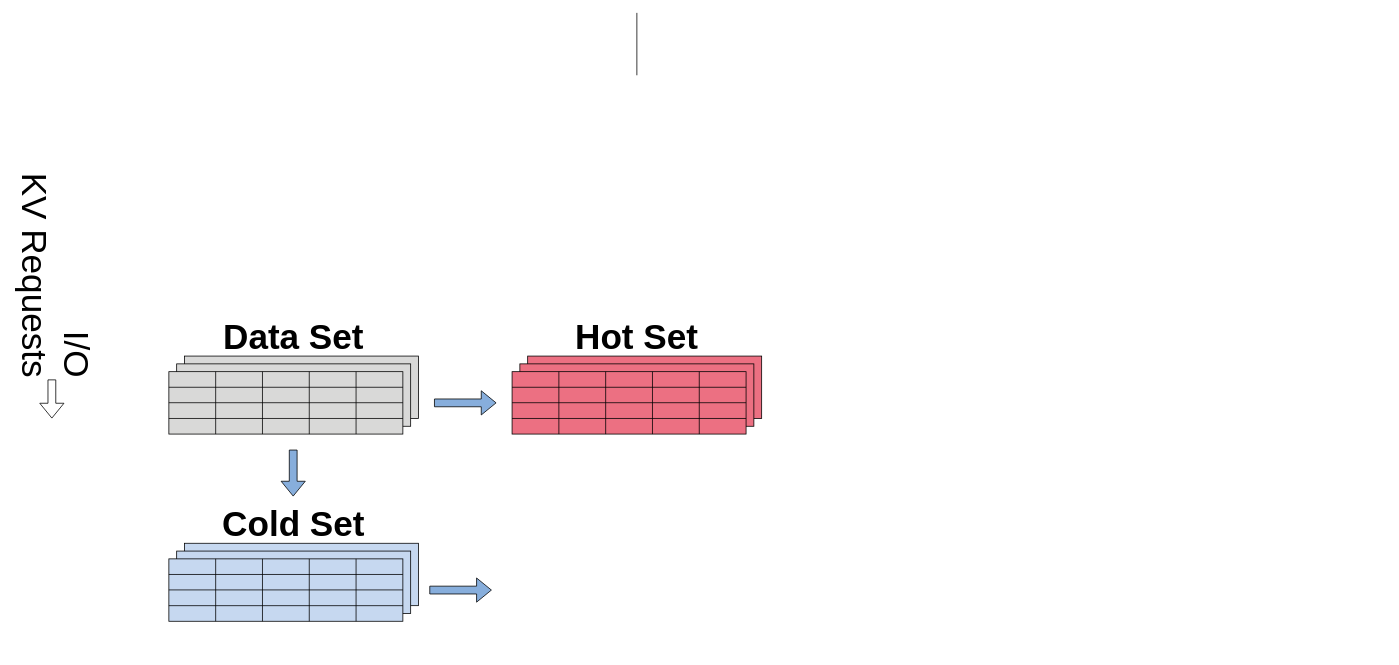
Earlier version of the draw.io diagram iKnowFirst_architecture_overview.drawio (YurianStormrage/images). Source tidied: cells renumbered, new cells numbered last; positions are measured from the earlier drawing's top-left corner, leaving out a move shared by most shapes. Both pictures are drawn from the tidied source at 78%, with x=0, y=0 at pixel (-50, 12).
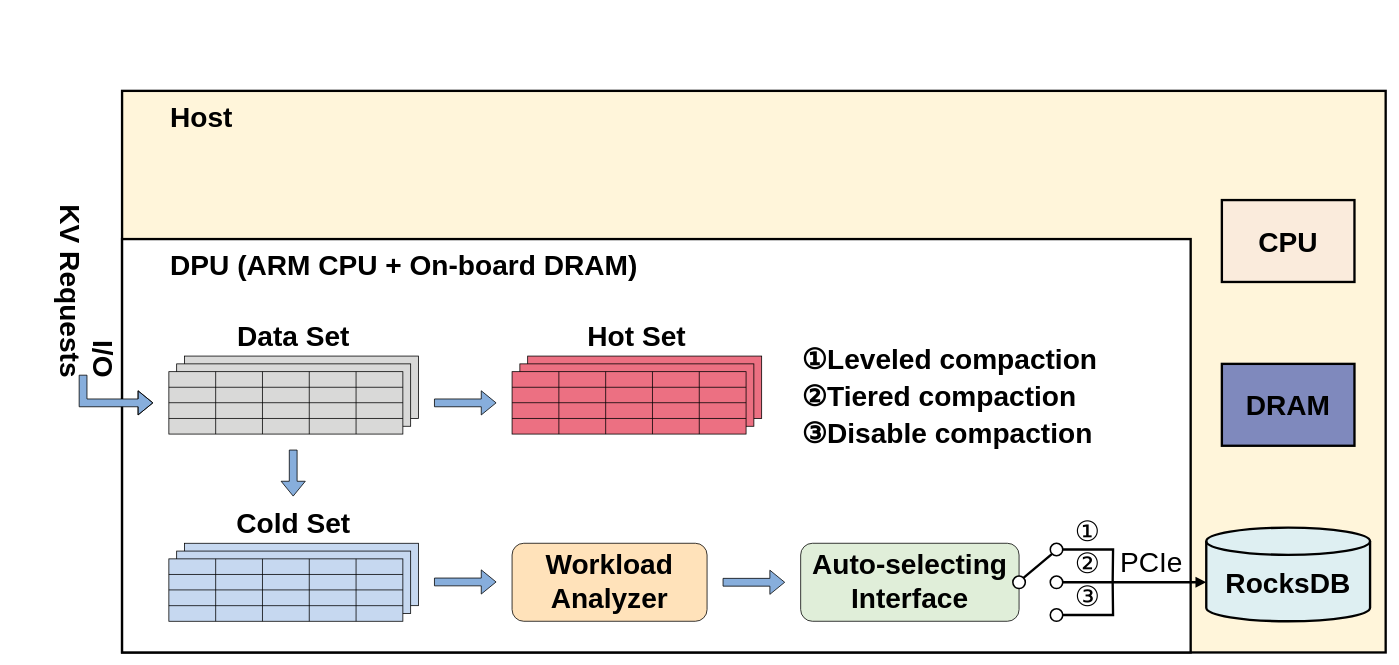
The same page after the edit.

The change refers to these unchanged cells:
```xml
<mxCell id="3" style="group;" parent="1" vertex="1">
  <mxGeometry x="280" y="620" width="320" height="160" as="geometry" />
</mxCell>
<mxCell id="16" style="group;" parent="1" vertex="1">
  <mxGeometry x="280" y="380" width="320" height="160" as="geometry" />
</mxCell>
<mxCell id="29" style="group;" parent="1" vertex="1">
  <mxGeometry x="720" y="380" width="320" height="160" as="geometry" />
</mxCell>
```

The edit, as a diff of the source:
```diff
@@
-    <mxCell id="2" style="endArrow=none;html=1;rounded=0;" parent="1" edge="1">
-      <mxGeometry relative="1" as="geometry">
-        <mxPoint x="880" y="80" as="sourcePoint" />
-        <mxPoint x="880" as="targetPoint" />
-      </mxGeometry>
-    </mxCell>
+    <mxCell id="47" style="rounded=0;strokeWidth=3;fillColor=#FFF5DA;" parent="1" vertex="1">
+      <mxGeometry x="220" y="100" width="1620" height="720" as="geometry" />
+    </mxCell>
+    <mxCell id="48" style="rounded=0;whiteSpace=wrap;html=1;strokeWidth=3;" parent="1" vertex="1">
+      <mxGeometry x="220" y="290" width="1370" height="530" as="geometry" />
+    </mxCell>
@@
-    <mxCell id="15" value="Cold Set" style="text;strokeColor=none;align=center;fillColor=none;verticalAlign=middle;rounded=0;fontStyle=1;fontSize=45;" parent="3" vertex="1">
+    <mxCell id="15" value="Cold Set" style="text;strokeColor=none;align=center;fillColor=none;verticalAlign=middle;rounded=0;fontStyle=1;fontSize=36;" parent="3" vertex="1">
       <mxGeometry x="70" width="180" height="60" as="geometry" />
     </mxCell>
@@
-    <mxCell id="17" value="Data Set" style="text;strokeColor=none;align=center;fillColor=none;verticalAlign=middle;rounded=0;fontStyle=1;fontSize=45;" parent="16" vertex="1">
+    <mxCell id="17" value="Data Set" style="text;strokeColor=none;align=center;fillColor=none;verticalAlign=middle;rounded=0;fontStyle=1;fontSize=36;" parent="16" vertex="1">
       <mxGeometry x="70" width="180" height="60" as="geometry" />
     </mxCell>
@@
-    <mxCell id="41" value="Hot Set" style="text;strokeColor=none;align=center;fillColor=none;verticalAlign=middle;rounded=0;fontStyle=1;fontSize=45;" parent="29" vertex="1">
+    <mxCell id="41" value="Hot Set" style="text;strokeColor=none;align=center;fillColor=none;verticalAlign=middle;rounded=0;fontStyle=1;fontSize=36;" parent="29" vertex="1">
       <mxGeometry x="70" width="180" height="60" as="geometry" />
     </mxCell>
@@
     <mxCell id="43" style="shape=flexArrow;endArrow=classic;html=1;rounded=0;fillColor=#87AEDC;" parent="1" edge="1">
       <mxGeometry relative="1" as="geometry">
-        <mxPoint x="614" y="740" as="sourcePoint" />
-        <mxPoint x="694" y="740" as="targetPoint" />
+        <mxPoint x="620" y="729.6" as="sourcePoint" />
+        <mxPoint x="700" y="729.6" as="targetPoint" />
       </mxGeometry>
     </mxCell>
@@
-    <mxCell id="45" value="I/O&#10;KV Requests" style="text;strokeColor=none;align=right;fillColor=none;verticalAlign=middle;rounded=0;direction=east;fontSize=45;rotation=90;labelPosition=center;verticalLabelPosition=middle;" parent="1" vertex="1">
-      <mxGeometry y="270" width="280" height="120" as="geometry" />
+    <mxCell id="45" value="I/O&#10;KV Requests" style="text;strokeColor=none;align=right;fillColor=none;verticalAlign=middle;rounded=0;direction=east;fontSize=36;rotation=90;labelPosition=center;verticalLabelPosition=middle;fontStyle=1;" parent="1" vertex="1">
+      <mxGeometry x="38" y="270" width="280" height="120" as="geometry" />
     </mxCell>
-    <mxCell id="46" style="shape=flexArrow;endArrow=classic;html=1;rounded=0;" parent="1" edge="1">
+    <mxCell id="46" style="shape=flexArrow;endArrow=classic;html=1;rounded=0;edgeStyle=orthogonalEdgeStyle;fillColor=#87AEDC;" parent="1" edge="1">
       <mxGeometry relative="1" as="geometry">
-        <mxPoint x="130" y="470" as="sourcePoint" />
-        <mxPoint x="130" y="520" as="targetPoint" />
+        <mxPoint x="170" y="464" as="sourcePoint" />
+        <mxPoint x="260" y="500" as="targetPoint" />
+        <Array as="points">
+          <mxPoint x="170" y="500" />
+        </Array>
       </mxGeometry>
     </mxCell>
+    <mxCell id="49" style="group;fillColor=none;" parent="1" vertex="1">
+      <mxGeometry x="720" y="670" width="250" height="110" as="geometry" />
+    </mxCell>
+    <mxCell id="50" style="rounded=1;fontSize=40;fillColor=#FFE2BA;" parent="49" vertex="1">
+      <mxGeometry y="10" width="250" height="100" as="geometry" />
+    </mxCell>
+    <mxCell id="51" value="Workload&#10;Analyzer" style="text;strokeColor=none;align=center;fillColor=none;verticalAlign=middle;rounded=0;fontStyle=1;fontSize=36;spacing=0;" parent="49" vertex="1">
+      <mxGeometry x="35" width="180" height="110" as="geometry" />
+    </mxCell>
+    <mxCell id="52" style="shape=flexArrow;endArrow=classic;html=1;rounded=0;fillColor=#87AEDC;" parent="1" edge="1">
+      <mxGeometry relative="1" as="geometry">
+        <mxPoint x="990" y="730" as="sourcePoint" />
+        <mxPoint x="1070" y="730" as="targetPoint" />
+      </mxGeometry>
+    </mxCell>
+    <mxCell id="53" style="group;" parent="1" vertex="1">
+      <mxGeometry x="1090" y="670" width="280" height="110" as="geometry" />
+    </mxCell>
+    <mxCell id="54" style="rounded=1;fontSize=40;fillColor=#E0EED9;" parent="53" vertex="1">
+      <mxGeometry y="10" width="280" height="100" as="geometry" />
+    </mxCell>
+    <mxCell id="55" value="Auto-selecting&#10;Interface" style="text;strokeColor=none;align=center;fillColor=none;verticalAlign=middle;rounded=0;fontStyle=1;fontSize=36;spacing=0;" parent="53" vertex="1">
+      <mxGeometry x="50" width="180" height="110" as="geometry" />
+    </mxCell>
+    <mxCell id="56" style="edgeStyle=none;rounded=0;jettySize=auto;html=1;exitX=1;exitY=0;exitDx=0;exitDy=0;entryX=0;entryY=1;entryDx=0;entryDy=0;endArrow=none;endFill=0;strokeWidth=3;" parent="1" edge="1" source="57" target="59">
+      <mxGeometry relative="1" as="geometry" />
+    </mxCell>
+    <mxCell id="57" style="ellipse;whiteSpace=wrap;html=1;strokeWidth=2;" parent="1" vertex="1">
+      <mxGeometry x="1362" y="722" width="16" height="16" as="geometry" />
+    </mxCell>
+    <mxCell id="58" style="edgeStyle=orthogonalEdgeStyle;rounded=0;jettySize=auto;html=1;exitX=1;exitY=0.5;exitDx=0;exitDy=0;strokeWidth=3;endArrow=none;endFill=0;" parent="1" edge="1" source="59">
+      <mxGeometry relative="1" as="geometry">
+        <mxPoint x="1490" y="730" as="targetPoint" />
+      </mxGeometry>
+    </mxCell>
+    <mxCell id="59" style="ellipse;whiteSpace=wrap;html=1;strokeWidth=2;" parent="1" vertex="1">
+      <mxGeometry x="1410" y="680" width="16" height="16" as="geometry" />
+    </mxCell>
+    <mxCell id="60" style="edgeStyle=none;rounded=0;jettySize=auto;html=1;exitX=1;exitY=0.5;exitDx=0;exitDy=0;strokeWidth=3;endArrow=block;endFill=1;" parent="1" edge="1" source="61">
+      <mxGeometry relative="1" as="geometry">
+        <mxPoint x="1610" y="730" as="targetPoint" />
+      </mxGeometry>
+    </mxCell>
+    <mxCell id="61" style="ellipse;whiteSpace=wrap;html=1;strokeWidth=2;" parent="1" vertex="1">
+      <mxGeometry x="1410" y="722" width="16" height="16" as="geometry" />
+    </mxCell>
+    <mxCell id="62" style="edgeStyle=orthogonalEdgeStyle;rounded=0;jettySize=auto;html=1;exitX=1;exitY=0.5;exitDx=0;exitDy=0;strokeWidth=3;endArrow=none;endFill=0;" parent="1" edge="1" source="63">
+      <mxGeometry relative="1" as="geometry">
+        <mxPoint x="1490" y="730" as="targetPoint" />
+      </mxGeometry>
+    </mxCell>
+    <mxCell id="63" style="ellipse;whiteSpace=wrap;html=1;strokeWidth=2;" parent="1" vertex="1">
+      <mxGeometry x="1410" y="764" width="16" height="16" as="geometry" />
+    </mxCell>
+    <mxCell id="64" value="①" style="text;align=center;verticalAlign=middle;strokeColor=none;fillColor=none;fontStyle=0;fontSize=36;" parent="1" vertex="1">
+      <mxGeometry x="1428" y="630" width="60" height="60" as="geometry" />
+    </mxCell>
+    <mxCell id="65" value="②" style="text;align=center;verticalAlign=middle;strokeColor=none;fillColor=none;fontStyle=0;fontSize=36;" parent="1" vertex="1">
+      <mxGeometry x="1428" y="672" width="60" height="60" as="geometry" />
+    </mxCell>
+    <mxCell id="66" value="③" style="text;align=center;verticalAlign=middle;strokeColor=none;fillColor=none;fontStyle=0;fontSize=36;" parent="1" vertex="1">
+      <mxGeometry x="1428" y="714" width="60" height="60" as="geometry" />
+    </mxCell>
+    <mxCell id="67" style="group;fontStyle=0;" parent="1" vertex="1">
+      <mxGeometry x="1090" y="410" width="380" height="155" as="geometry" />
+    </mxCell>
+    <mxCell id="68" value="①Leveled compaction" style="text;align=left;verticalAlign=middle;strokeColor=none;fillColor=none;fontStyle=1;fontSize=36;" parent="67" vertex="1">
+      <mxGeometry width="380" height="60" as="geometry" />
+    </mxCell>
+    <mxCell id="69" value="②Tiered compaction" style="text;align=left;verticalAlign=middle;strokeColor=none;fillColor=none;fontStyle=1;fontSize=36;" parent="67" vertex="1">
+      <mxGeometry y="48" width="350" height="60" as="geometry" />
+    </mxCell>
+    <mxCell id="70" value="③Disable compaction" style="text;align=left;verticalAlign=middle;strokeColor=none;fillColor=none;fontStyle=1;fontSize=36;" parent="67" vertex="1">
+      <mxGeometry y="95" width="370" height="60" as="geometry" />
+    </mxCell>
+    <mxCell id="71" value="PCIe" style="text;align=center;verticalAlign=middle;strokeColor=none;fillColor=none;fontStyle=0;fontSize=36;" parent="1" vertex="1">
+      <mxGeometry x="1490" y="670" width="100" height="60" as="geometry" />
+    </mxCell>
+    <mxCell id="72" style="group;" parent="1" vertex="1">
+      <mxGeometry x="1610" y="660" width="210" height="120" as="geometry" />
+    </mxCell>
+    <mxCell id="73" style="shape=cylinder3;boundedLbl=1;backgroundOutline=1;size=17.41379310344837;fontSize=36;fillColor=#DEEFF2;strokeWidth=3;" parent="72" vertex="1">
+      <mxGeometry width="210" height="120" as="geometry" />
+    </mxCell>
+    <mxCell id="74" value="RocksDB" style="text;strokeColor=none;align=center;fillColor=none;verticalAlign=middle;rounded=0;fontSize=36;fontStyle=1;" parent="72" vertex="1">
+      <mxGeometry x="25" y="52" width="160" height="30" as="geometry" />
+    </mxCell>
+    <mxCell id="75" style="group;" parent="1" vertex="1">
+      <mxGeometry x="1630" y="450" width="170" height="105" as="geometry" />
+    </mxCell>
+    <mxCell id="76" style="rounded=0;fontSize=36;strokeWidth=3;fillColor=#7F89BD;" parent="75" vertex="1">
+      <mxGeometry width="170" height="105" as="geometry" />
+    </mxCell>
+    <mxCell id="77" value="DRAM" style="text;strokeColor=none;align=center;fillColor=none;verticalAlign=middle;rounded=0;fontSize=36;fontStyle=1;" parent="75" vertex="1">
+      <mxGeometry x="25.5" y="29.1" width="119" height="40.7" as="geometry" />
+    </mxCell>
+    <mxCell id="78" style="group;" parent="1" vertex="1">
+      <mxGeometry x="1630" y="240" width="170" height="105" as="geometry" />
+    </mxCell>
+    <mxCell id="79" style="rounded=0;fontSize=36;strokeWidth=3;fillColor=#FAEBDC;" parent="78" vertex="1">
+      <mxGeometry width="170" height="105" as="geometry" />
+    </mxCell>
+    <mxCell id="80" value="CPU" style="text;strokeColor=none;align=center;fillColor=none;verticalAlign=middle;rounded=0;fontSize=36;fontStyle=1;" parent="78" vertex="1">
+      <mxGeometry x="25.5" y="29.1" width="119" height="40.7" as="geometry" />
+    </mxCell>
+    <mxCell id="81" value="DPU (ARM CPU + On-board DRAM)" style="text;align=left;verticalAlign=middle;strokeColor=none;fillColor=none;fontStyle=1;fontSize=36;" parent="1" vertex="1">
+      <mxGeometry x="280" y="290" width="610" height="60" as="geometry" />
+    </mxCell>
+    <mxCell id="82" value="Host" style="text;align=left;verticalAlign=middle;strokeColor=none;fillColor=none;fontStyle=1;fontSize=36;" parent="1" vertex="1">
+      <mxGeometry x="280" y="100" width="100" height="60" as="geometry" />
+    </mxCell>
```
